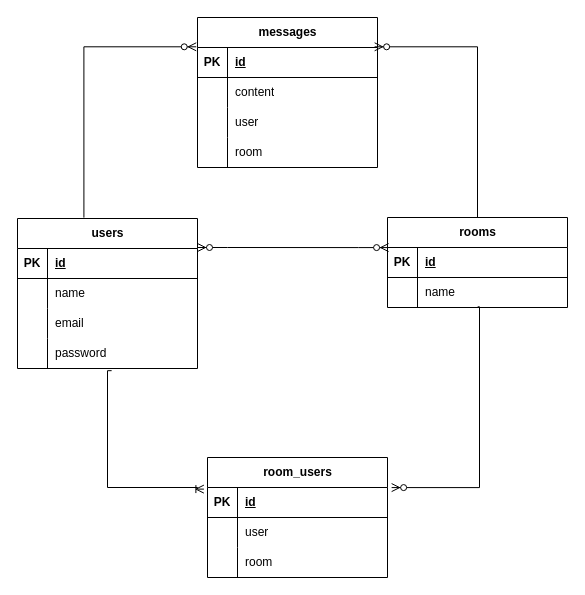
Before: db.drawio in sirokuma-2/chat-app, a draw.io diagram. Source tidied: cells renumbered, new cells numbered last; positions are measured from the earlier drawing's top-left corner, leaving out a move shared by most shapes. Both pictures are drawn from the tidied source at 100%, with x=0, y=0 at pixel (17, 17).
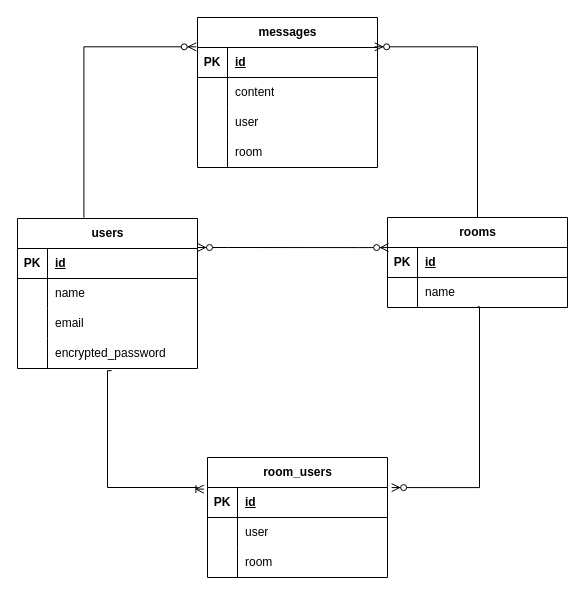
The same page after the edit.

Unchanged cells that the change refers to:
```xml
<mxCell id="12" style="shape=tableRow;horizontal=0;startSize=0;swimlaneHead=0;swimlaneBody=0;fillColor=none;points=[[0,0.5],[1,0.5]];portConstraint=eastwest;top=0;left=0;right=0;bottom=0;" parent="2" vertex="1">
  <mxGeometry y="120" width="180" height="30" as="geometry" />
</mxCell>
```

Change to the diagram source:
```diff
@@
-    <mxCell id="14" value="password" style="shape=partialRectangle;fillColor=none;top=0;left=0;bottom=0;right=0;align=left;spacingLeft=6;overflow=hidden;whiteSpace=wrap;html=1;" parent="12" vertex="1">
+    <mxCell id="14" value="encrypted_password" style="shape=partialRectangle;fillColor=none;top=0;left=0;bottom=0;right=0;align=left;spacingLeft=6;overflow=hidden;whiteSpace=wrap;html=1;" parent="12" vertex="1">
       <mxGeometry x="30" width="150" height="30" as="geometry" />
     </mxCell>
```
